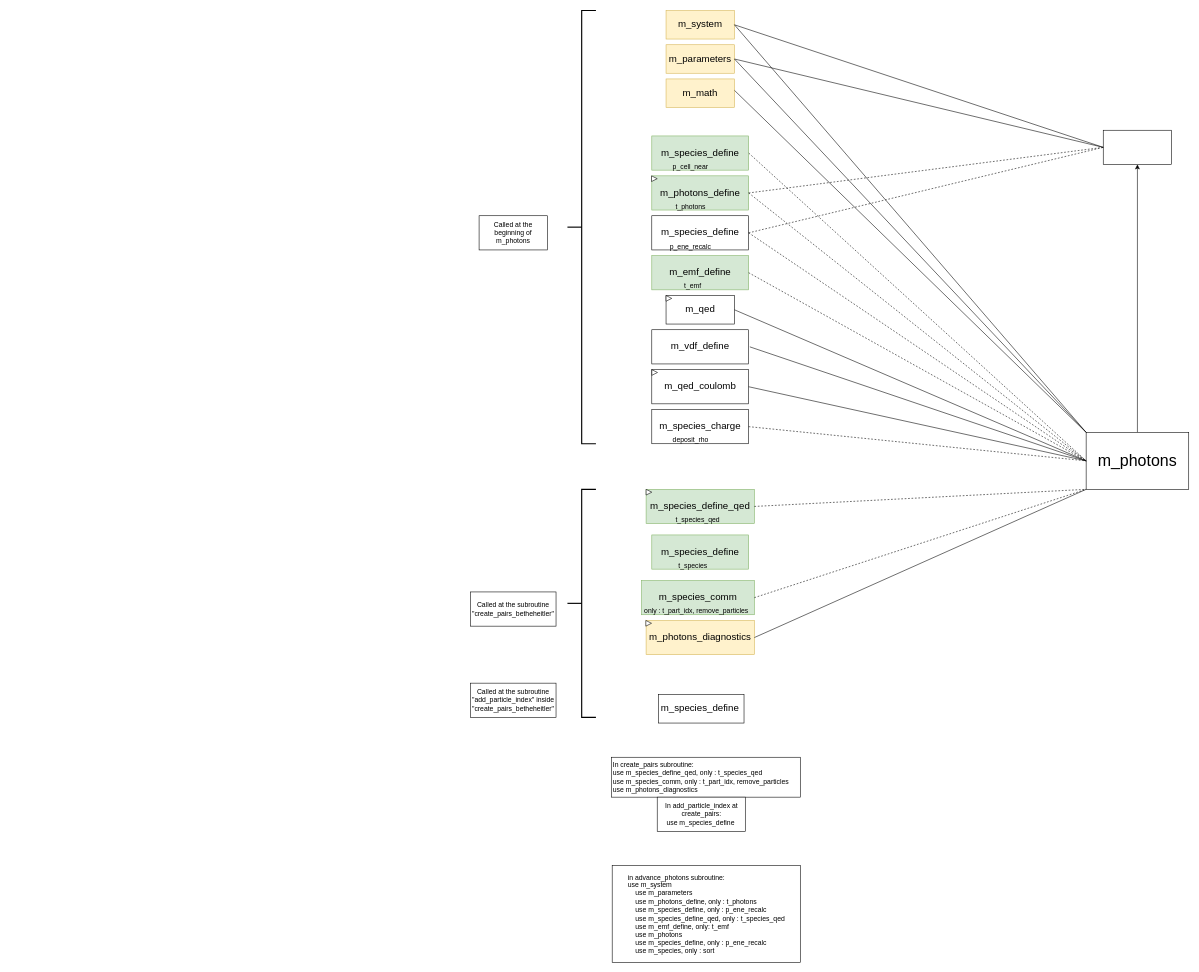
Earlier version of the draw.io diagram Photon-Pusher-Dependency-Tree.drawio (MilesRadford/Osiris-Axions). Source tidied: cells renumbered, new cells numbered last; positions are measured from the earlier drawing's top-left corner, leaving out a move shared by most shapes. Both pictures are drawn from the tidied source at 57%, with x=0, y=0 at pixel (470, 10).
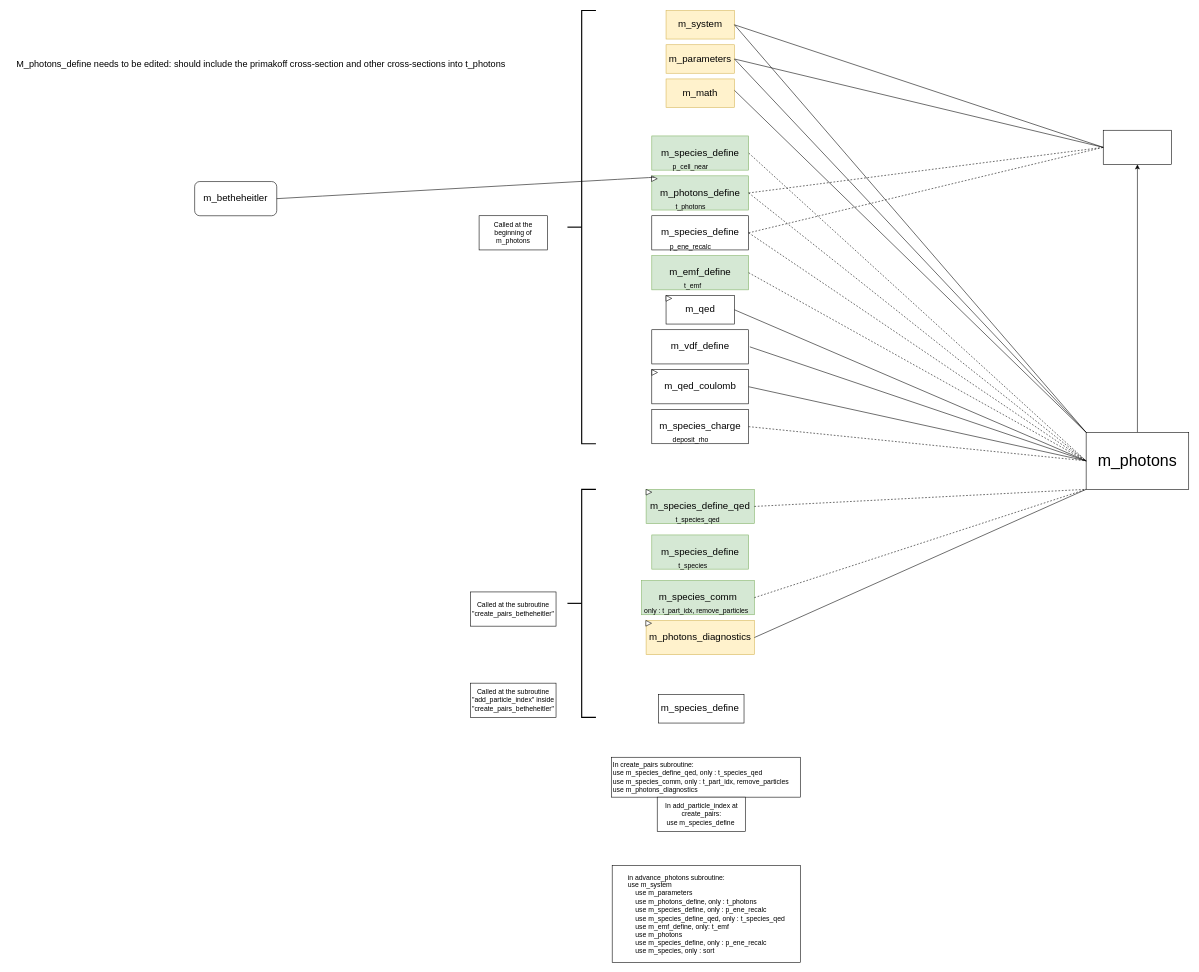
Above is the later version.

The change refers to these unchanged cells:
```xml
<mxCell id="41" style="triangle;whiteSpace=wrap;html=1;" parent="1" vertex="1">
  <mxGeometry x="317.5" y="290" width="10" height="10" as="geometry" />
</mxCell>
```

The edit, as a diff of the source:
```diff
@@
+    <mxCell id="61" value="&lt;font style=&quot;font-size: 17px;&quot;&gt;m_betheheitler&lt;/font&gt;" style="rounded=1;whiteSpace=wrap;html=1;" parent="1" vertex="1">
+      <mxGeometry x="-484" y="300" width="144" height="60" as="geometry" />
+    </mxCell>
+    <mxCell id="62" style="endArrow=none;html=1;rounded=0;fontSize=12;startSize=8;endSize=8;curved=1;entryX=1;entryY=0.5;entryDx=0;entryDy=0;exitX=0.5;exitY=0;exitDx=0;exitDy=0;" parent="1" edge="1" source="41" target="61">
+      <mxGeometry relative="1" as="geometry" />
+    </mxCell>
+    <mxCell id="63" value="M_photons_define needs to be edited: should include the primakoff cross-section and other cross-sections into t_photons" style="text;html=1;align=center;verticalAlign=middle;strokeColor=none;fillColor=none;fontSize=16;" parent="1" vertex="1">
+      <mxGeometry x="-808" y="76" width="880" height="33" as="geometry" />
+    </mxCell>
```
